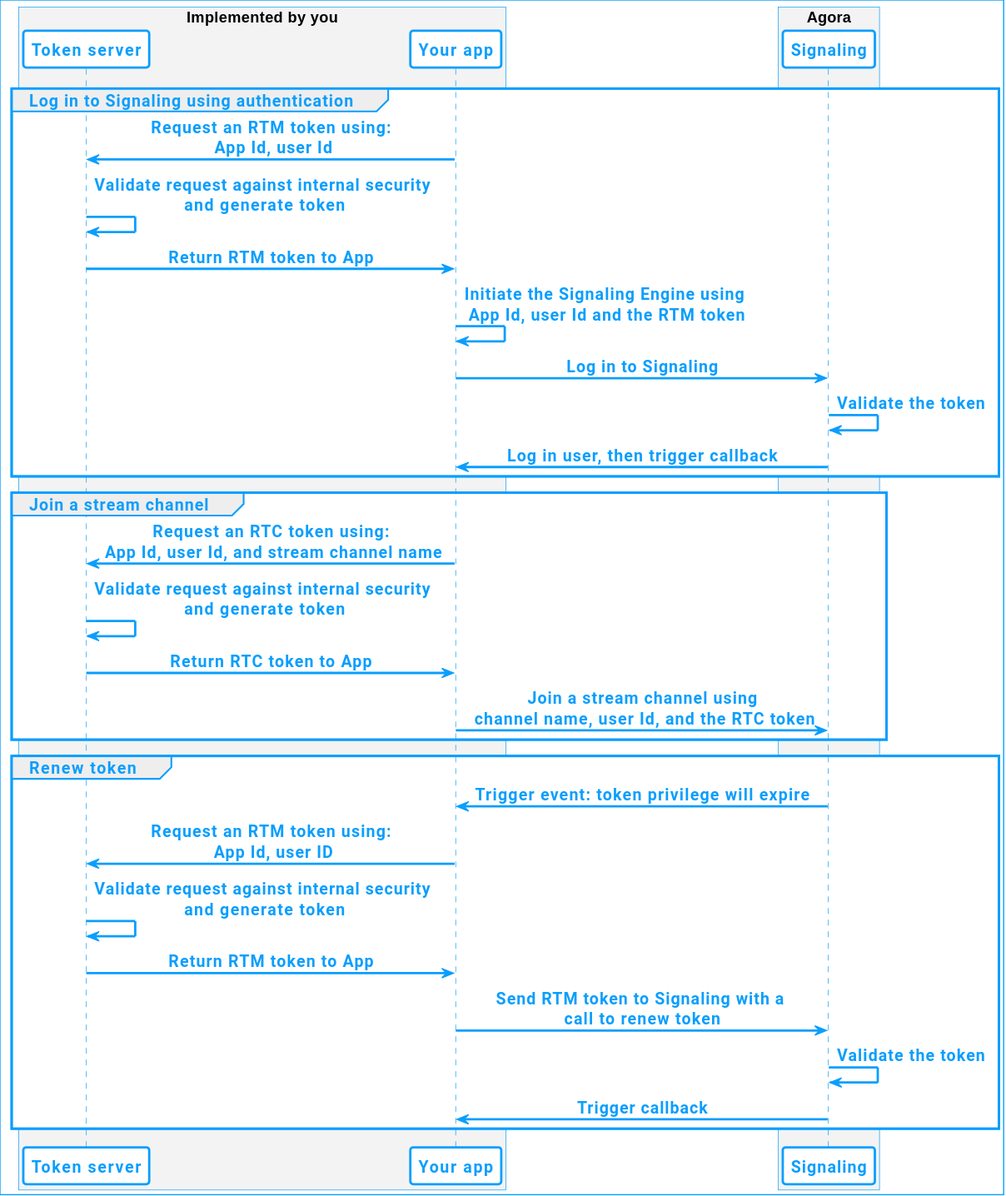
This is assets/images/signaling/authentication-workflow.svg from AgoraIO/Docs-Source, a PlantUML export, as it was before one commit.
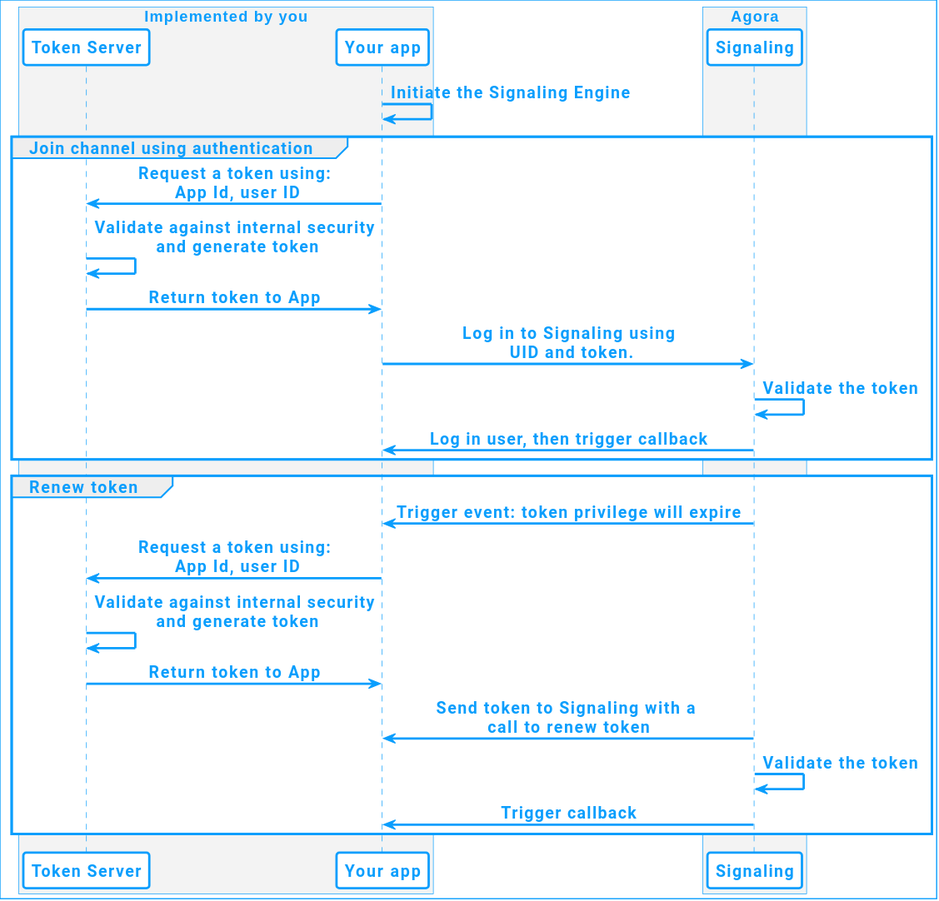
After the commit.

Change to the diagram source:
```diff
@@ -1,10 +1,11 @@
 @startuml
-!include agora_skin.iuml
+!include ../video-sdk/agora_skin.iuml
+
 
 
 box "Implemented by you"
 
-participant  "Token server" as TS
+participant  "Token Server" as TS
 
 participant "Your app" as APP
 
@@ -15,29 +16,24 @@
 participant "Signaling" as API
 end box
 
-group Log in to Signaling using authentication
-APP -> TS: Request an RTM token using:\n App Id, user Id
-TS -> TS: Validate request against internal security\n and generate token
-TS -> APP: Return RTM token to App
-APP -> APP: Initiate the Signaling Engine using\n App Id, user Id and the RTM token
-APP -> API: Log in to Signaling
+APP -> APP: Initiate the Signaling Engine
+
+group Join channel using authentication
+APP -> TS: Request a token using:\n App Id, user ID
+TS -> TS: Validate against internal security\n and generate token
+TS -> APP: Return token to App
+
+APP -> API: Log in to Signaling using\n UID and token.
 API -> API: Validate the token
 API -> APP: Log in user, then trigger callback
 end
 
-group Join a stream channel
-APP -> TS: Request an RTC token using:\n App Id, user Id, and stream channel name
-TS -> TS: Validate request against internal security\n and generate token
-TS -> APP: Return RTC token to App
-APP -> API: Join a stream channel using\n channel name, user Id, and the RTC token
-end
-
 group Renew token
 API -> APP: Trigger event: token privilege will expire
-APP -> TS: Request an RTM token using:\n App Id, user ID
-TS -> TS: Validate request against internal security\n and generate token
-TS -> APP: Return RTM token to App
-API <- APP: Send RTM token to Signaling with a \ncall to renew token
+APP -> TS: Request a token using:\n App Id, user ID
+TS -> TS: Validate against internal security\n and generate token
+TS -> APP: Return token to App
+API -> APP: Send token to Signaling with a \ncall to renew token
 API -> API: Validate the token
 API -> APP: Trigger callback
 end
```
